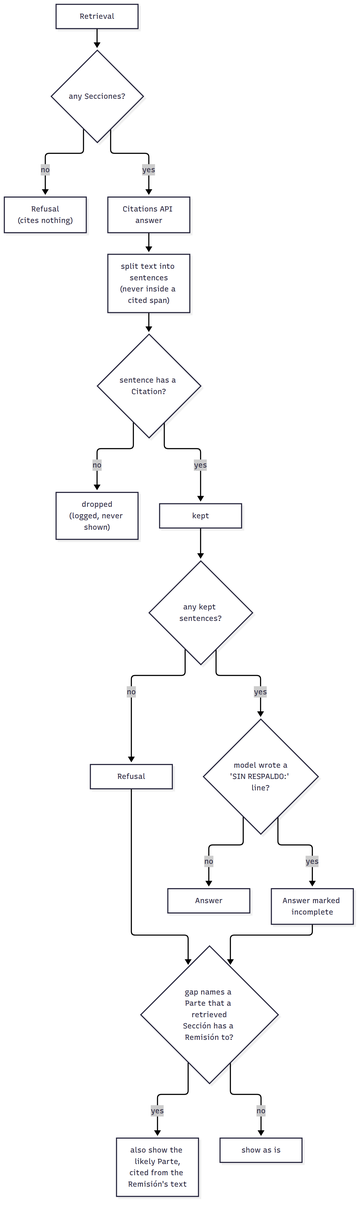
The Mermaid diagram docs/diagrams/grounding.png in Guernik/raac-rag, before a commit. Its source is kept beside it as docs/diagrams/grounding.mmd.
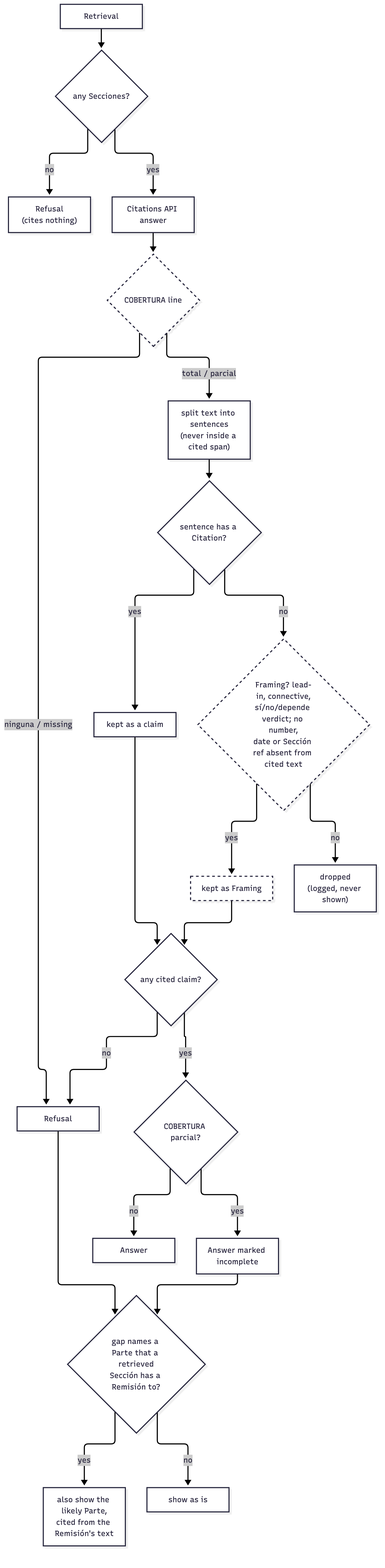
The same diagram one commit later.

Commit message:
docs: diagrams reflect ADR 0003 Framing, coverage line and raac eval

What changed in the source:
```diff
@@ -2,16 +2,24 @@
     S["Retrieval"] --> E{"any Secciones?"}
     E -- no --> R1["Refusal<br/>(cites nothing)"]
     E -- yes --> M["Citations API answer"]
-    M --> SP["split text into sentences<br/>(never inside a cited span)"]
+    M --> CV{"COBERTURA line"}
+    CV -- "ninguna / missing" --> R2["Refusal"]
+    CV -- "total / parcial" --> SP["split text into sentences<br/>(never inside a cited span)"]
     SP --> Q{"sentence has a Citation?"}
-    Q -- no --> D["dropped<br/>(logged, never shown)"]
-    Q -- yes --> K["kept"]
-    K --> N{"any kept sentences?"}
-    N -- no --> R2["Refusal"]
-    N -- yes --> G{"model wrote a<br/>'SIN RESPALDO:' line?"}
+    Q -- yes --> K["kept as a claim"]
+    Q -- no --> FR{"Framing? lead-in, connective,<br/>sí/no/depende verdict; no number,<br/>date or Sección ref absent from cited text"}
+    FR -- yes --> KF["kept as Framing"]
+    FR -- no --> D["dropped<br/>(logged, never shown)"]
+    K --> N{"any cited claim?"}
+    KF --> N
+    N -- no --> R2
+    N -- yes --> G{"COBERTURA parcial?"}
     G -- no --> OK["Answer"]
     G -- yes --> INC["Answer marked incomplete"]
     R2 --> LP{"gap names a Parte that a retrieved<br/>Sección has a Remisión to?"}
     INC --> LP
     LP -- yes --> LPY["also show the likely Parte,<br/>cited from the Remisión's text"]
     LP -- no --> END["show as is"]
+
+    classDef planned stroke-dasharray: 5 5
+    class CV,FR,KF planned
```
